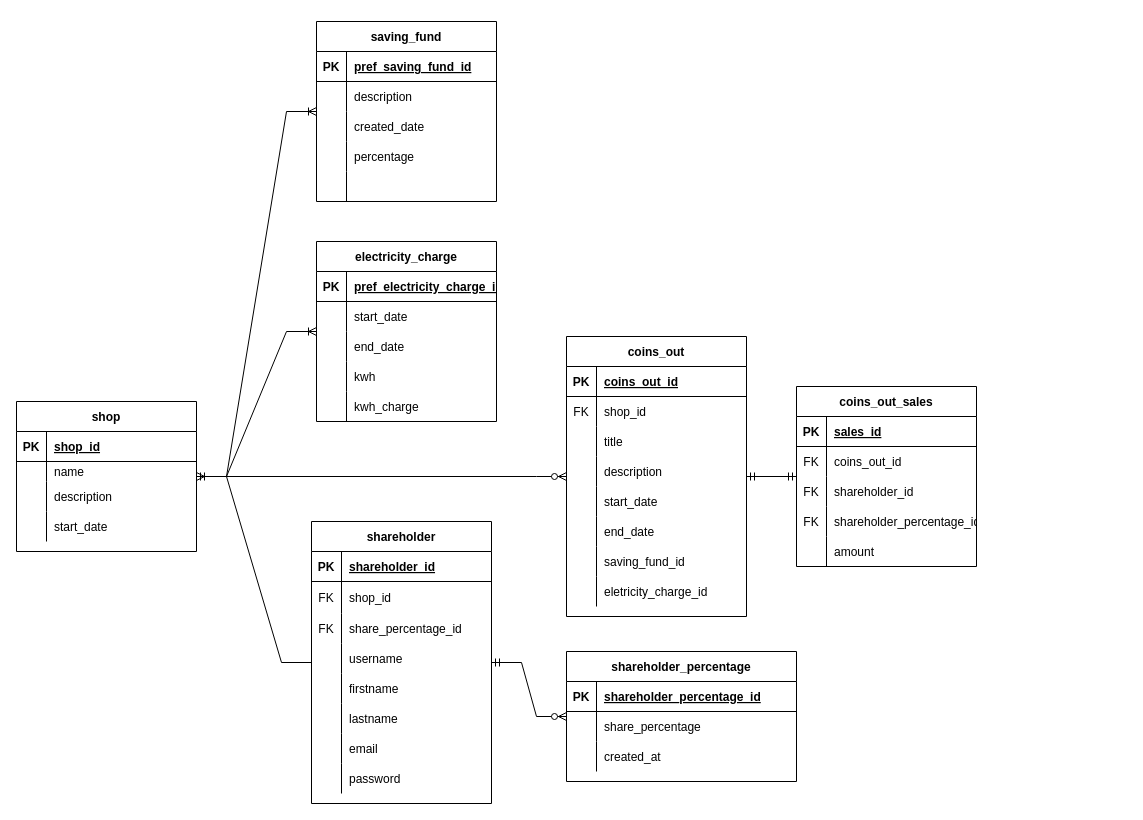
The draw.io diagram docs/pisonet-manager.drawio in topzdev/pisonet-manager, before the edit. Source tidied: cells renumbered, new cells numbered last; positions are measured from the earlier drawing's top-left corner, leaving out a move shared by most shapes. Both pictures are drawn from the tidied source at 100%, with x=0, y=0 at pixel (16, 21).
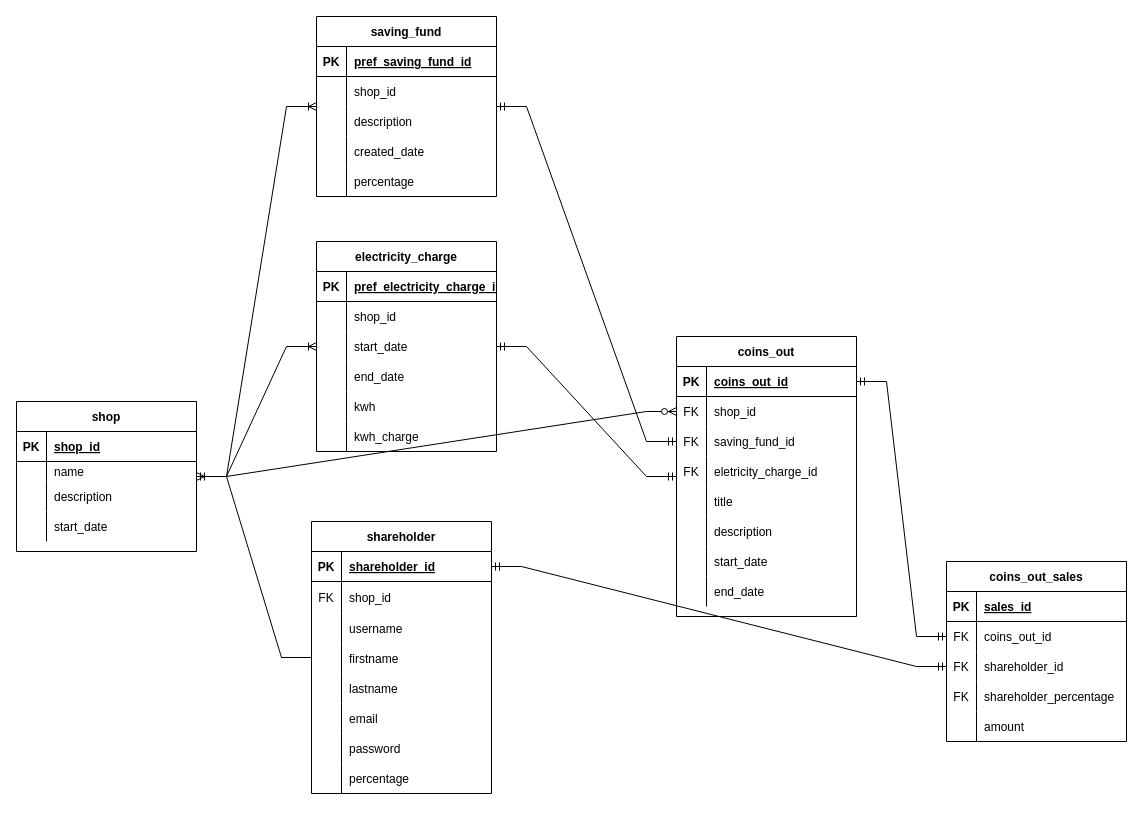
Above is the later version.

Unchanged cells that the change refers to:
```xml
<mxCell id="2" value="shop" style="shape=table;startSize=30;childLayout=tableLayout;rowLines=0;fontStyle=1;align=center;" parent="1" vertex="1">
  <mxGeometry y="380" width="180" height="150" as="geometry" />
</mxCell>
<mxCell id="16" style="shape=tableRow;horizontal=0;startSize=0;swimlaneHead=0;swimlaneBody=0;fillColor=none;points=[[0,0.5],[1,0.5]];portConstraint=eastwest;top=0;left=0;right=0;bottom=1;" parent="15" vertex="1">
  <mxGeometry y="30" width="180" height="30" as="geometry" />
</mxCell>
<mxCell id="19" style="shape=tableRow;horizontal=0;startSize=0;swimlaneHead=0;swimlaneBody=0;fillColor=none;points=[[0,0.5],[1,0.5]];portConstraint=eastwest;top=0;left=0;right=0;bottom=0;" parent="15" vertex="1">
  <mxGeometry y="60" width="180" height="30" as="geometry" />
</mxCell>
<mxCell id="41" style="shape=tableRow;horizontal=0;startSize=0;swimlaneHead=0;swimlaneBody=0;fillColor=none;points=[[0,0.5],[1,0.5]];portConstraint=eastwest;top=0;left=0;right=0;bottom=1;" parent="40" vertex="1">
  <mxGeometry y="30" width="180" height="30" as="geometry" />
</mxCell>
<mxCell id="69" style="shape=tableRow;horizontal=0;startSize=0;swimlaneHead=0;swimlaneBody=0;fillColor=none;points=[[0,0.5],[1,0.5]];portConstraint=eastwest;top=0;left=0;right=0;bottom=0;" parent="65" vertex="1">
  <mxGeometry y="60" width="180" height="30" as="geometry" />
</mxCell>
<mxCell id="72" style="shape=tableRow;horizontal=0;startSize=0;swimlaneHead=0;swimlaneBody=0;fillColor=none;points=[[0,0.5],[1,0.5]];portConstraint=eastwest;top=0;left=0;right=0;bottom=0;" parent="65" vertex="1">
  <mxGeometry y="90" width="180" height="30" as="geometry" />
</mxCell>
<mxCell id="75" style="shape=tableRow;horizontal=0;startSize=0;swimlaneHead=0;swimlaneBody=0;fillColor=none;top=0;left=0;right=0;bottom=0;" parent="65" vertex="1">
  <mxGeometry y="120" width="180" height="30" as="geometry" />
</mxCell>
```

The edit, as a diff of the source:
```diff
@@
     <mxCell id="15" value="coins_out" style="shape=table;startSize=30;childLayout=tableLayout;rowLines=0;fontStyle=1;align=center;" parent="1" vertex="1">
-      <mxGeometry x="550" y="315" width="180" height="280" as="geometry" />
+      <mxGeometry x="660" y="315" width="180" height="280" as="geometry" />
     </mxCell>
@@
+    <mxCell id="34" style="shape=tableRow;horizontal=0;startSize=0;swimlaneHead=0;swimlaneBody=0;fillColor=none;points=[[0,0.5],[1,0.5]];portConstraint=eastwest;top=0;left=0;right=0;bottom=0;" parent="15" vertex="1">
+      <mxGeometry y="90" width="180" height="30" as="geometry" />
+    </mxCell>
+    <mxCell id="35" value="FK" style="shape=partialRectangle;fillColor=none;top=0;left=0;bottom=0;right=0;overflow=hidden;" parent="34" vertex="1">
+      <mxGeometry width="30" height="30" as="geometry" />
+    </mxCell>
+    <mxCell id="36" value="saving_fund_id" style="shape=partialRectangle;fillColor=none;top=0;left=0;bottom=0;right=0;align=left;spacingLeft=6;overflow=hidden;" parent="34" vertex="1">
+      <mxGeometry x="30" width="150" height="30" as="geometry" />
+    </mxCell>
+    <mxCell id="37" style="shape=tableRow;horizontal=0;startSize=0;swimlaneHead=0;swimlaneBody=0;fillColor=none;top=0;left=0;right=0;bottom=0;" parent="15" vertex="1">
+      <mxGeometry y="120" width="180" height="30" as="geometry" />
+    </mxCell>
+    <mxCell id="38" value="FK" style="shape=partialRectangle;fillColor=none;top=0;left=0;bottom=0;right=0;overflow=hidden;" parent="37" vertex="1">
+      <mxGeometry width="30" height="30" as="geometry" />
+    </mxCell>
+    <mxCell id="39" value="eletricity_charge_id" style="shape=partialRectangle;fillColor=none;top=0;left=0;bottom=0;right=0;align=left;spacingLeft=6;overflow=hidden;" parent="37" vertex="1">
+      <mxGeometry x="30" width="150" height="30" as="geometry" />
+    </mxCell>
     <mxCell id="22" style="shape=tableRow;horizontal=0;startSize=0;swimlaneHead=0;swimlaneBody=0;fillColor=none;top=0;left=0;right=0;bottom=0;" parent="15" vertex="1">
-      <mxGeometry y="90" width="180" height="30" as="geometry" />
+      <mxGeometry y="150" width="180" height="30" as="geometry" />
     </mxCell>
@@
     <mxCell id="25" style="shape=tableRow;horizontal=0;startSize=0;swimlaneHead=0;swimlaneBody=0;fillColor=none;top=0;left=0;right=0;bottom=0;" parent="15" vertex="1">
-      <mxGeometry y="120" width="180" height="30" as="geometry" />
+      <mxGeometry y="180" width="180" height="30" as="geometry" />
     </mxCell>
@@
     <mxCell id="28" style="shape=tableRow;horizontal=0;startSize=0;swimlaneHead=0;swimlaneBody=0;fillColor=none;top=0;left=0;right=0;bottom=0;" parent="15" vertex="1">
-      <mxGeometry y="150" width="180" height="30" as="geometry" />
+      <mxGeometry y="210" width="180" height="30" as="geometry" />
     </mxCell>
@@
     <mxCell id="31" style="shape=tableRow;horizontal=0;startSize=0;swimlaneHead=0;swimlaneBody=0;fillColor=none;top=0;left=0;right=0;bottom=0;" parent="15" vertex="1">
-      <mxGeometry y="180" width="180" height="30" as="geometry" />
+      <mxGeometry y="240" width="180" height="30" as="geometry" />
     </mxCell>
@@
-    <mxCell id="34" style="shape=tableRow;horizontal=0;startSize=0;swimlaneHead=0;swimlaneBody=0;fillColor=none;points=[[0,0.5],[1,0.5]];portConstraint=eastwest;top=0;left=0;right=0;bottom=0;" parent="15" vertex="1">
-      <mxGeometry y="210" width="180" height="30" as="geometry" />
-    </mxCell>
-    <mxCell id="35" style="shape=partialRectangle;fillColor=none;top=0;left=0;bottom=0;right=0;overflow=hidden;" parent="34" vertex="1">
-      <mxGeometry width="30" height="30" as="geometry" />
-    </mxCell>
-    <mxCell id="36" value="saving_fund_id" style="shape=partialRectangle;fillColor=none;top=0;left=0;bottom=0;right=0;align=left;spacingLeft=6;overflow=hidden;" parent="34" vertex="1">
-      <mxGeometry x="30" width="150" height="30" as="geometry" />
-    </mxCell>
-    <mxCell id="37" style="shape=tableRow;horizontal=0;startSize=0;swimlaneHead=0;swimlaneBody=0;fillColor=none;top=0;left=0;right=0;bottom=0;" parent="15" vertex="1">
-      <mxGeometry y="240" width="180" height="30" as="geometry" />
-    </mxCell>
-    <mxCell id="38" style="shape=partialRectangle;fillColor=none;top=0;left=0;bottom=0;right=0;overflow=hidden;" parent="37" vertex="1">
-      <mxGeometry width="30" height="30" as="geometry" />
-    </mxCell>
-    <mxCell id="39" value="eletricity_charge_id" style="shape=partialRectangle;fillColor=none;top=0;left=0;bottom=0;right=0;align=left;spacingLeft=6;overflow=hidden;" parent="37" vertex="1">
-      <mxGeometry x="30" width="150" height="30" as="geometry" />
-    </mxCell>
     <mxCell id="40" value="shareholder" style="shape=table;startSize=30;childLayout=tableLayout;rowLines=0;fontStyle=1;align=center;" parent="1" vertex="1">
-      <mxGeometry x="295" y="500" width="180" height="282" as="geometry" />
+      <mxGeometry x="295" y="500" width="180" height="272" as="geometry" />
     </mxCell>
@@
-    <mxCell id="47" style="shape=tableRow;horizontal=0;startSize=0;swimlaneHead=0;swimlaneBody=0;fillColor=none;top=0;left=0;right=0;bottom=0;" parent="40" vertex="1">
-      <mxGeometry y="92" width="180" height="30" as="geometry" />
-    </mxCell>
-    <mxCell id="48" value="FK" style="shape=partialRectangle;fillColor=none;top=0;left=0;bottom=0;right=0;overflow=hidden;" parent="47" vertex="1">
-      <mxGeometry width="30" height="30" as="geometry" />
-    </mxCell>
-    <mxCell id="49" value="share_percentage_id" style="shape=partialRectangle;fillColor=none;top=0;left=0;bottom=0;right=0;align=left;spacingLeft=6;overflow=hidden;" parent="47" vertex="1">
-      <mxGeometry x="30" width="150" height="30" as="geometry" />
-    </mxCell>
     <mxCell id="50" style="shape=tableRow;horizontal=0;startSize=0;swimlaneHead=0;swimlaneBody=0;fillColor=none;top=0;left=0;right=0;bottom=0;" parent="40" vertex="1">
-      <mxGeometry y="122" width="180" height="30" as="geometry" />
+      <mxGeometry y="92" width="180" height="30" as="geometry" />
     </mxCell>
@@
     <mxCell id="53" style="shape=tableRow;horizontal=0;startSize=0;swimlaneHead=0;swimlaneBody=0;fillColor=none;top=0;left=0;right=0;bottom=0;" parent="40" vertex="1">
-      <mxGeometry y="152" width="180" height="30" as="geometry" />
+      <mxGeometry y="122" width="180" height="30" as="geometry" />
     </mxCell>
@@
     <mxCell id="56" style="shape=tableRow;horizontal=0;startSize=0;swimlaneHead=0;swimlaneBody=0;fillColor=none;top=0;left=0;right=0;bottom=0;" parent="40" vertex="1">
-      <mxGeometry y="182" width="180" height="30" as="geometry" />
+      <mxGeometry y="152" width="180" height="30" as="geometry" />
     </mxCell>
@@
     <mxCell id="59" style="shape=tableRow;horizontal=0;startSize=0;swimlaneHead=0;swimlaneBody=0;fillColor=none;top=0;left=0;right=0;bottom=0;" parent="40" vertex="1">
-      <mxGeometry y="212" width="180" height="30" as="geometry" />
+      <mxGeometry y="182" width="180" height="30" as="geometry" />
     </mxCell>
@@
     <mxCell id="62" style="shape=tableRow;horizontal=0;startSize=0;swimlaneHead=0;swimlaneBody=0;fillColor=none;top=0;left=0;right=0;bottom=0;" parent="40" vertex="1">
-      <mxGeometry y="242" width="180" height="30" as="geometry" />
+      <mxGeometry y="212" width="180" height="30" as="geometry" />
     </mxCell>
@@
+    <mxCell id="129" style="shape=tableRow;horizontal=0;startSize=0;swimlaneHead=0;swimlaneBody=0;fillColor=none;top=0;left=0;right=0;bottom=0;" parent="40" vertex="1">
+      <mxGeometry y="242" width="180" height="30" as="geometry" />
+    </mxCell>
+    <mxCell id="130" style="shape=partialRectangle;fillColor=none;top=0;left=0;bottom=0;right=0;overflow=hidden;" parent="129" vertex="1">
+      <mxGeometry width="30" height="30" as="geometry" />
+    </mxCell>
+    <mxCell id="131" value="percentage" style="shape=partialRectangle;fillColor=none;top=0;left=0;bottom=0;right=0;align=left;spacingLeft=6;overflow=hidden;" parent="129" vertex="1">
+      <mxGeometry x="30" width="150" height="30" as="geometry" />
+    </mxCell>
     <mxCell id="65" value="coins_out_sales" style="shape=table;startSize=30;childLayout=tableLayout;rowLines=0;fontStyle=1;align=center;" parent="1" vertex="1">
-      <mxGeometry x="780" y="365" width="180" height="180" as="geometry" />
+      <mxGeometry x="930" y="540" width="180" height="180" as="geometry" />
     </mxCell>
@@
-    <mxCell id="77" value="shareholder_percentage_id" style="shape=partialRectangle;fillColor=none;top=0;left=0;bottom=0;right=0;align=left;spacingLeft=6;overflow=hidden;" parent="75" vertex="1">
+    <mxCell id="77" value="shareholder_percentage" style="shape=partialRectangle;fillColor=none;top=0;left=0;bottom=0;right=0;align=left;spacingLeft=6;overflow=hidden;" parent="75" vertex="1">
       <mxGeometry x="30" width="150" height="30" as="geometry" />
     </mxCell>
@@
     <mxCell id="81" value="saving_fund" style="shape=table;startSize=30;childLayout=tableLayout;rowLines=0;fontStyle=1;align=center;" parent="1" vertex="1">
-      <mxGeometry x="300" width="180" height="180" as="geometry" />
+      <mxGeometry x="300" y="-5" width="180" height="180" as="geometry" />
     </mxCell>
@@
+    <mxCell id="94" style="shape=tableRow;horizontal=0;startSize=0;swimlaneHead=0;swimlaneBody=0;fillColor=none;top=0;left=0;right=0;bottom=0;" parent="81" vertex="1">
+      <mxGeometry y="60" width="180" height="30" as="geometry" />
+    </mxCell>
+    <mxCell id="95" style="shape=partialRectangle;fillColor=none;top=0;left=0;bottom=0;right=0;overflow=hidden;" parent="94" vertex="1">
+      <mxGeometry width="30" height="30" as="geometry" />
+    </mxCell>
+    <mxCell id="96" value="shop_id" style="shape=partialRectangle;fillColor=none;top=0;left=0;bottom=0;right=0;align=left;spacingLeft=6;overflow=hidden;" parent="94" vertex="1">
+      <mxGeometry x="30" width="150" height="30" as="geometry" />
+    </mxCell>
     <mxCell id="85" style="shape=tableRow;horizontal=0;startSize=0;swimlaneHead=0;swimlaneBody=0;fillColor=none;top=0;left=0;right=0;bottom=0;" parent="81" vertex="1">
-      <mxGeometry y="60" width="180" height="30" as="geometry" />
+      <mxGeometry y="90" width="180" height="30" as="geometry" />
     </mxCell>
@@
     <mxCell id="88" style="shape=tableRow;horizontal=0;startSize=0;swimlaneHead=0;swimlaneBody=0;fillColor=none;top=0;left=0;right=0;bottom=0;" parent="81" vertex="1">
-      <mxGeometry y="90" width="180" height="30" as="geometry" />
+      <mxGeometry y="120" width="180" height="30" as="geometry" />
     </mxCell>
@@
     <mxCell id="91" style="shape=tableRow;horizontal=0;startSize=0;swimlaneHead=0;swimlaneBody=0;fillColor=none;top=0;left=0;right=0;bottom=0;" parent="81" vertex="1">
-      <mxGeometry y="120" width="180" height="30" as="geometry" />
+      <mxGeometry y="150" width="180" height="30" as="geometry" />
     </mxCell>
@@
-    <mxCell id="94" style="shape=tableRow;horizontal=0;startSize=0;swimlaneHead=0;swimlaneBody=0;fillColor=none;top=0;left=0;right=0;bottom=0;" parent="81" vertex="1">
-      <mxGeometry y="150" width="180" height="30" as="geometry" />
-    </mxCell>
-    <mxCell id="95" style="shape=partialRectangle;fillColor=none;top=0;left=0;bottom=0;right=0;overflow=hidden;" parent="94" vertex="1">
-      <mxGeometry width="30" height="30" as="geometry" />
-    </mxCell>
-    <mxCell id="96" style="shape=partialRectangle;fillColor=none;top=0;left=0;bottom=0;right=0;align=left;spacingLeft=6;overflow=hidden;" parent="94" vertex="1">
-      <mxGeometry x="30" width="150" height="30" as="geometry" />
-    </mxCell>
     <mxCell id="97" value="electricity_charge" style="shape=table;startSize=30;childLayout=tableLayout;rowLines=0;fontStyle=1;align=center;" parent="1" vertex="1">
-      <mxGeometry x="300" y="220" width="180" height="180" as="geometry" />
+      <mxGeometry x="300" y="220" width="180" height="210" as="geometry" />
     </mxCell>
@@
+    <mxCell id="132" style="shape=tableRow;horizontal=0;startSize=0;swimlaneHead=0;swimlaneBody=0;fillColor=none;top=0;left=0;right=0;bottom=0;" parent="97" vertex="1">
+      <mxGeometry y="60" width="180" height="30" as="geometry" />
+    </mxCell>
+    <mxCell id="133" style="shape=partialRectangle;fillColor=none;top=0;left=0;bottom=0;right=0;overflow=hidden;" parent="132" vertex="1">
+      <mxGeometry width="30" height="30" as="geometry" />
+    </mxCell>
+    <mxCell id="134" value="shop_id" style="shape=partialRectangle;fillColor=none;top=0;left=0;bottom=0;right=0;align=left;spacingLeft=6;overflow=hidden;" parent="132" vertex="1">
+      <mxGeometry x="30" width="150" height="30" as="geometry" />
+    </mxCell>
     <mxCell id="101" style="shape=tableRow;horizontal=0;startSize=0;swimlaneHead=0;swimlaneBody=0;fillColor=none;top=0;left=0;right=0;bottom=0;" parent="97" vertex="1">
-      <mxGeometry y="60" width="180" height="30" as="geometry" />
+      <mxGeometry y="90" width="180" height="30" as="geometry" />
     </mxCell>
@@
     <mxCell id="104" style="shape=tableRow;horizontal=0;startSize=0;swimlaneHead=0;swimlaneBody=0;fillColor=none;top=0;left=0;right=0;bottom=0;" parent="97" vertex="1">
-      <mxGeometry y="90" width="180" height="30" as="geometry" />
+      <mxGeometry y="120" width="180" height="30" as="geometry" />
     </mxCell>
@@
     <mxCell id="107" style="shape=tableRow;horizontal=0;startSize=0;swimlaneHead=0;swimlaneBody=0;fillColor=none;top=0;left=0;right=0;bottom=0;" parent="97" vertex="1">
-      <mxGeometry y="120" width="180" height="30" as="geometry" />
+      <mxGeometry y="150" width="180" height="30" as="geometry" />
     </mxCell>
@@
     <mxCell id="110" style="shape=tableRow;horizontal=0;startSize=0;swimlaneHead=0;swimlaneBody=0;fillColor=none;top=0;left=0;right=0;bottom=0;" parent="97" vertex="1">
-      <mxGeometry y="150" width="180" height="30" as="geometry" />
+      <mxGeometry y="180" width="180" height="30" as="geometry" />
     </mxCell>
@@
-    <mxCell id="113" value="shareholder_percentage" style="shape=table;startSize=30;childLayout=tableLayout;rowLines=0;fontStyle=1;align=center;" parent="1" vertex="1">
-      <mxGeometry x="550" y="630" width="230" height="130" as="geometry" />
-    </mxCell>
-    <mxCell id="114" style="shape=tableRow;horizontal=0;startSize=0;swimlaneHead=0;swimlaneBody=0;fillColor=none;top=0;left=0;right=0;bottom=1;" parent="113" vertex="1">
-      <mxGeometry y="30" width="230" height="30" as="geometry" />
-    </mxCell>
-    <mxCell id="115" value="PK" style="shape=partialRectangle;fillColor=none;top=0;left=0;bottom=0;right=0;fontStyle=1;overflow=hidden;" parent="114" vertex="1">
-      <mxGeometry width="30" height="30" as="geometry" />
-    </mxCell>
-    <mxCell id="116" value="shareholder_percentage_id" style="shape=partialRectangle;fillColor=none;top=0;left=0;bottom=0;right=0;align=left;spacingLeft=6;fontStyle=5;overflow=hidden;" parent="114" vertex="1">
-      <mxGeometry x="30" width="200" height="30" as="geometry" />
-    </mxCell>
-    <mxCell id="117" style="shape=tableRow;horizontal=0;startSize=0;swimlaneHead=0;swimlaneBody=0;fillColor=none;top=0;left=0;right=0;bottom=0;" parent="113" vertex="1">
-      <mxGeometry y="60" width="230" height="30" as="geometry" />
-    </mxCell>
-    <mxCell id="118" style="shape=partialRectangle;fillColor=none;top=0;left=0;bottom=0;right=0;overflow=hidden;" parent="117" vertex="1">
-      <mxGeometry width="30" height="30" as="geometry" />
-    </mxCell>
-    <mxCell id="119" value="share_percentage" style="shape=partialRectangle;fillColor=none;top=0;left=0;bottom=0;right=0;align=left;spacingLeft=6;overflow=hidden;" parent="117" vertex="1">
-      <mxGeometry x="30" width="200" height="30" as="geometry" />
-    </mxCell>
-    <mxCell id="120" style="shape=tableRow;horizontal=0;startSize=0;swimlaneHead=0;swimlaneBody=0;fillColor=none;top=0;left=0;right=0;bottom=0;" parent="113" vertex="1">
-      <mxGeometry y="90" width="230" height="30" as="geometry" />
-    </mxCell>
-    <mxCell id="121" style="shape=partialRectangle;fillColor=none;top=0;left=0;bottom=0;right=0;overflow=hidden;" parent="120" vertex="1">
-      <mxGeometry width="30" height="30" as="geometry" />
-    </mxCell>
-    <mxCell id="122" value="created_at" style="shape=partialRectangle;fillColor=none;top=0;left=0;bottom=0;right=0;align=left;spacingLeft=6;overflow=hidden;" parent="120" vertex="1">
-      <mxGeometry x="30" width="200" height="30" as="geometry" />
-    </mxCell>
-    <mxCell id="123" style="edgeStyle=entityRelationEdgeStyle;fontSize=12;html=1;endArrow=ERzeroToMany;startArrow=ERmandOne;rounded=0;" parent="1" edge="1" source="2" target="15">
+    <mxCell id="123" style="edgeStyle=entityRelationEdgeStyle;fontSize=12;html=1;endArrow=ERzeroToMany;startArrow=ERmandOne;rounded=0;" parent="1" edge="1" source="2" target="19">
       <mxGeometry relative="1" as="geometry" />
     </mxCell>
-    <mxCell id="124" style="edgeStyle=entityRelationEdgeStyle;fontSize=12;html=1;endArrow=ERmandOne;startArrow=ERmandOne;rounded=0;" parent="1" edge="1" source="15" target="65">
+    <mxCell id="124" style="edgeStyle=entityRelationEdgeStyle;fontSize=12;html=1;endArrow=ERmandOne;startArrow=ERmandOne;rounded=0;" parent="1" edge="1" source="16" target="69">
       <mxGeometry relative="1" as="geometry" />
     </mxCell>
@@
-    <mxCell id="126" style="edgeStyle=entityRelationEdgeStyle;fontSize=12;html=1;endArrow=ERzeroToMany;startArrow=ERmandOne;rounded=0;" parent="1" edge="1" source="40" target="113">
-      <mxGeometry relative="1" as="geometry" />
-    </mxCell>
@@
+    <mxCell id="135" style="edgeStyle=entityRelationEdgeStyle;fontSize=12;html=1;endArrow=ERmandOne;startArrow=ERmandOne;rounded=0;" parent="1" edge="1" source="81" target="34">
+      <mxGeometry relative="1" as="geometry" />
+    </mxCell>
+    <mxCell id="136" style="edgeStyle=entityRelationEdgeStyle;fontSize=12;html=1;endArrow=ERmandOne;startArrow=ERmandOne;rounded=0;" parent="1" edge="1" source="97" target="15">
+      <mxGeometry relative="1" as="geometry" />
+    </mxCell>
+    <mxCell id="137" style="edgeStyle=entityRelationEdgeStyle;fontSize=12;html=1;endArrow=ERmandOne;startArrow=ERmandOne;rounded=0;" parent="1" edge="1" source="41" target="72">
+      <mxGeometry relative="1" as="geometry" />
+    </mxCell>
```
